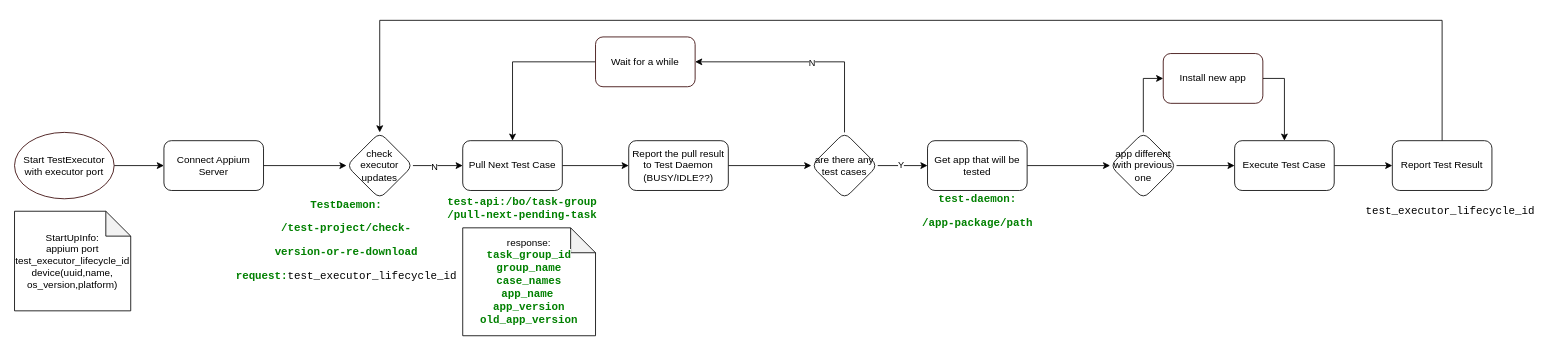
Earlier version of the draw.io diagram page "Test Executor" (6 of 6) of App Automation 2.0.drawio (michellec2021/appium-demo). Source tidied: cells renumbered, new cells numbered last; positions are measured from the earlier drawing's top-left corner, leaving out a move shared by most shapes. Both pictures are drawn from the tidied source at 83%, with x=0, y=0 at pixel (14, 20).
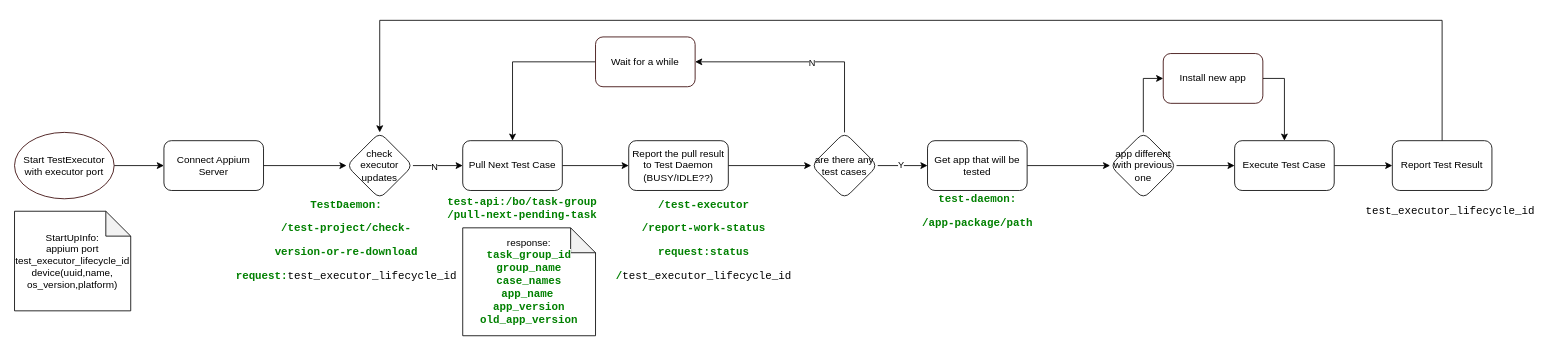
The same page after the edit.

What changed in the source:
```diff
@@
+    <mxCell id="37" value="&lt;pre style=&quot;background-color: rgb(255, 255, 255); font-family: &amp;quot;JetBrains Mono&amp;quot;, monospace; font-size: 9.8pt;&quot;&gt;&lt;span style=&quot;color:#008000;font-weight:bold;&quot;&gt;/test-executor&lt;/span&gt;&lt;/pre&gt;&lt;pre style=&quot;background-color: rgb(255, 255, 255); font-family: &amp;quot;JetBrains Mono&amp;quot;, monospace; font-size: 9.8pt;&quot;&gt;&lt;span style=&quot;color:#008000;font-weight:bold;&quot;&gt;/report-work-status&lt;/span&gt;&lt;/pre&gt;&lt;pre style=&quot;background-color: rgb(255, 255, 255); font-family: &amp;quot;JetBrains Mono&amp;quot;, monospace; font-size: 9.8pt;&quot;&gt;&lt;span style=&quot;color:#008000;font-weight:bold;&quot;&gt;request:status&lt;/span&gt;&lt;/pre&gt;&lt;pre style=&quot;background-color: rgb(255, 255, 255); font-family: &amp;quot;JetBrains Mono&amp;quot;, monospace; font-size: 9.8pt;&quot;&gt;&lt;span style=&quot;color:#008000;font-weight:bold;&quot;&gt;/&lt;/span&gt;test_executor_lifecycle_id&lt;/pre&gt;" style="text;html=1;align=center;verticalAlign=middle;strokeColor=none;fillColor=none;" parent="1" vertex="1">
+      <mxGeometry x="710" y="195" width="240" height="140" as="geometry" />
+    </mxCell>
```
